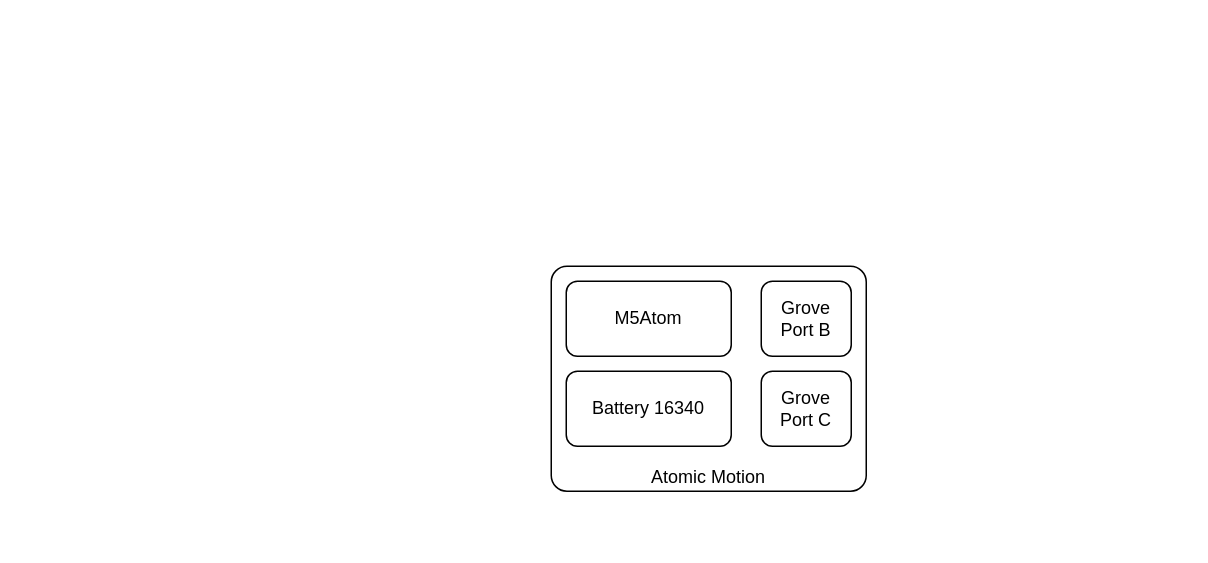
The draw.io diagram driagram/components.drawio in colas-sebastien/M5atom-motion-Wall-E, before the edit. Source tidied: cells renumbered, new cells numbered last; positions are measured from the earlier drawing's top-left corner, leaving out a move shared by most shapes. Both pictures are drawn from the tidied source at 150%, with x=0, y=0 at pixel (550, 266).
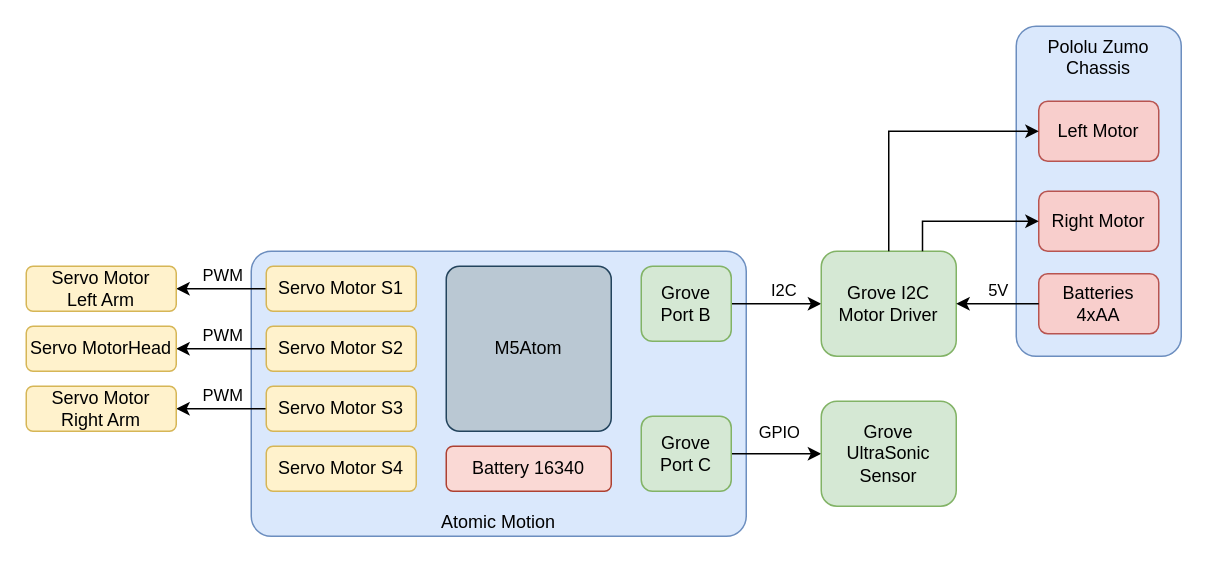
The same diagram, later.

Change to the diagram source:
```diff
@@
-    <mxCell id="2" value="Atomic Motion" style="rounded=1;whiteSpace=wrap;html=1;align=center;verticalAlign=bottom;arcSize=7;" parent="1" vertex="1">
-      <mxGeometry width="210" height="150" as="geometry" />
+    <mxCell id="2" value="Atomic Motion" style="rounded=1;whiteSpace=wrap;html=1;align=center;verticalAlign=bottom;arcSize=7;fillColor=#dae8fc;strokeColor=#6c8ebf;" parent="1" vertex="1">
+      <mxGeometry x="-200" y="-10" width="330" height="190" as="geometry" />
     </mxCell>
-    <mxCell id="3" value="M5Atom" style="rounded=1;whiteSpace=wrap;html=1;" parent="1" vertex="1">
-      <mxGeometry x="10" y="10" width="110" height="50" as="geometry" />
+    <mxCell id="3" value="M5Atom" style="rounded=1;whiteSpace=wrap;html=1;arcSize=8;fillColor=#bac8d3;strokeColor=#23445d;" parent="1" vertex="1">
+      <mxGeometry x="-70" width="110" height="110" as="geometry" />
     </mxCell>
-    <mxCell id="4" value="Battery 16340" style="rounded=1;whiteSpace=wrap;html=1;" parent="1" vertex="1">
-      <mxGeometry x="10" y="70" width="110" height="50" as="geometry" />
+    <mxCell id="4" value="Battery 16340" style="rounded=1;whiteSpace=wrap;html=1;fillColor=#fad9d5;strokeColor=#ae4132;" parent="1" vertex="1">
+      <mxGeometry x="-70" y="120" width="110" height="30" as="geometry" />
     </mxCell>
+    <mxCell id="7" style="edgeStyle=orthogonalEdgeStyle;rounded=0;jettySize=auto;html=1;" parent="1" edge="1" source="5" target="21">
+      <mxGeometry relative="1" as="geometry" />
+    </mxCell>
+    <mxCell id="8" value="I2C" style="edgeLabel;html=1;align=center;verticalAlign=middle;" parent="7" vertex="1">
+      <mxGeometry x="-0.27" y="-2" relative="1" as="geometry">
+        <mxPoint x="12" y="-12" as="offset" />
+      </mxGeometry>
+    </mxCell>
-    <mxCell id="5" value="Grove&lt;br&gt;Port B" style="rounded=1;whiteSpace=wrap;html=1;" parent="1" vertex="1">
-      <mxGeometry x="140" y="10" width="60" height="50" as="geometry" />
+    <mxCell id="5" value="Grove&lt;br&gt;Port B" style="rounded=1;whiteSpace=wrap;html=1;fillColor=#d5e8d4;strokeColor=#82b366;" parent="1" vertex="1">
+      <mxGeometry x="60" width="60" height="50" as="geometry" />
     </mxCell>
+    <mxCell id="9" style="edgeStyle=orthogonalEdgeStyle;rounded=0;jettySize=auto;html=1;entryX=0;entryY=0.5;entryDx=0;entryDy=0;" parent="1" edge="1" source="6" target="30">
+      <mxGeometry relative="1" as="geometry" />
+    </mxCell>
+    <mxCell id="10" value="GPIO" style="edgeLabel;html=1;align=center;verticalAlign=middle;" parent="9" vertex="1">
+      <mxGeometry x="0.03" y="-2" relative="1" as="geometry">
+        <mxPoint y="-17" as="offset" />
+      </mxGeometry>
+    </mxCell>
-    <mxCell id="6" value="Grove&lt;br&gt;Port C" style="rounded=1;whiteSpace=wrap;html=1;" parent="1" vertex="1">
-      <mxGeometry x="140" y="70" width="60" height="50" as="geometry" />
+    <mxCell id="6" value="Grove&lt;br&gt;Port C" style="rounded=1;whiteSpace=wrap;html=1;fillColor=#d5e8d4;strokeColor=#82b366;" parent="1" vertex="1">
+      <mxGeometry x="60" y="100" width="60" height="50" as="geometry" />
     </mxCell>
+    <mxCell id="11" style="edgeStyle=orthogonalEdgeStyle;rounded=0;jettySize=auto;html=1;entryX=1;entryY=0.5;entryDx=0;entryDy=0;" parent="1" edge="1" source="13" target="31">
+      <mxGeometry relative="1" as="geometry" />
+    </mxCell>
+    <mxCell id="12" value="PWM" style="edgeLabel;html=1;align=center;verticalAlign=middle;" parent="11" vertex="1">
+      <mxGeometry x="0.17" relative="1" as="geometry">
+        <mxPoint x="5" y="-10" as="offset" />
+      </mxGeometry>
+    </mxCell>
+    <mxCell id="13" value="Servo Motor S1" style="rounded=1;whiteSpace=wrap;html=1;fillColor=#fff2cc;strokeColor=#d6b656;" parent="1" vertex="1">
+      <mxGeometry x="-190" width="100" height="30" as="geometry" />
+    </mxCell>
+    <mxCell id="14" style="edgeStyle=orthogonalEdgeStyle;rounded=0;jettySize=auto;html=1;entryX=1;entryY=0.5;entryDx=0;entryDy=0;" parent="1" edge="1" source="16" target="33">
+      <mxGeometry relative="1" as="geometry" />
+    </mxCell>
+    <mxCell id="15" value="&lt;div&gt;PWM&lt;/div&gt;" style="edgeLabel;html=1;align=center;verticalAlign=middle;" parent="14" vertex="1">
+      <mxGeometry x="0.12" y="2" relative="1" as="geometry">
+        <mxPoint x="4" y="-12" as="offset" />
+      </mxGeometry>
+    </mxCell>
+    <mxCell id="16" value="Servo Motor S2" style="rounded=1;whiteSpace=wrap;html=1;fillColor=#fff2cc;strokeColor=#d6b656;" parent="1" vertex="1">
+      <mxGeometry x="-190" y="40" width="100" height="30" as="geometry" />
+    </mxCell>
+    <mxCell id="17" style="edgeStyle=orthogonalEdgeStyle;rounded=0;jettySize=auto;html=1;entryX=1;entryY=0.5;entryDx=0;entryDy=0;" parent="1" edge="1" source="19" target="32">
+      <mxGeometry relative="1" as="geometry" />
+    </mxCell>
+    <mxCell id="18" value="PWM" style="edgeLabel;html=1;align=center;verticalAlign=middle;" parent="17" vertex="1">
+      <mxGeometry x="0.19" y="1" relative="1" as="geometry">
+        <mxPoint x="6" y="-11" as="offset" />
+      </mxGeometry>
+    </mxCell>
+    <mxCell id="19" value="Servo Motor S3" style="rounded=1;whiteSpace=wrap;html=1;fillColor=#fff2cc;strokeColor=#d6b656;" parent="1" vertex="1">
+      <mxGeometry x="-190" y="80" width="100" height="30" as="geometry" />
+    </mxCell>
+    <mxCell id="20" value="Servo Motor S4" style="rounded=1;whiteSpace=wrap;html=1;fillColor=#fff2cc;strokeColor=#d6b656;" parent="1" vertex="1">
+      <mxGeometry x="-190" y="120" width="100" height="30" as="geometry" />
+    </mxCell>
+    <mxCell id="21" value="Grove I2C Motor Driver" style="rounded=1;whiteSpace=wrap;html=1;fillColor=#d5e8d4;strokeColor=#82b366;" parent="1" vertex="1">
+      <mxGeometry x="180" y="-10" width="90" height="70" as="geometry" />
+    </mxCell>
+    <mxCell id="22" value="Pololu Zumo&lt;br&gt;Chassis&lt;br&gt;&lt;div&gt;&lt;br/&gt;&lt;/div&gt;" style="rounded=1;whiteSpace=wrap;html=1;fillColor=#dae8fc;strokeColor=#6c8ebf;verticalAlign=top;arcSize=12;" parent="1" vertex="1">
+      <mxGeometry x="310" y="-160" width="110" height="220" as="geometry" />
+    </mxCell>
+    <mxCell id="23" value="Batteries&lt;br&gt;4xAA" style="rounded=1;whiteSpace=wrap;html=1;fillColor=#f8cecc;strokeColor=#b85450;" parent="1" vertex="1">
+      <mxGeometry x="325" y="5" width="80" height="40" as="geometry" />
+    </mxCell>
+    <mxCell id="24" style="edgeStyle=orthogonalEdgeStyle;rounded=0;jettySize=auto;html=1;entryX=1;entryY=0.5;entryDx=0;entryDy=0;exitX=0;exitY=0.5;exitDx=0;exitDy=0;" parent="1" edge="1" source="23" target="21">
+      <mxGeometry relative="1" as="geometry" />
+    </mxCell>
+    <mxCell id="25" value="5V" style="edgeLabel;html=1;align=center;verticalAlign=middle;" parent="24" vertex="1">
+      <mxGeometry x="0.07" y="1" relative="1" as="geometry">
+        <mxPoint x="1" y="-11" as="offset" />
+      </mxGeometry>
+    </mxCell>
+    <mxCell id="26" value="Left Motor" style="rounded=1;whiteSpace=wrap;html=1;fillColor=#f8cecc;strokeColor=#b85450;" parent="1" vertex="1">
+      <mxGeometry x="325" y="-110" width="80" height="40" as="geometry" />
+    </mxCell>
+    <mxCell id="27" value="Right Motor" style="rounded=1;whiteSpace=wrap;html=1;fillColor=#f8cecc;strokeColor=#b85450;" parent="1" vertex="1">
+      <mxGeometry x="325" y="-50" width="80" height="40" as="geometry" />
+    </mxCell>
+    <mxCell id="28" style="edgeStyle=orthogonalEdgeStyle;rounded=0;jettySize=auto;html=1;entryX=0;entryY=0.5;entryDx=0;entryDy=0;exitX=0.75;exitY=0;exitDx=0;exitDy=0;" parent="1" edge="1" source="21" target="27">
+      <mxGeometry relative="1" as="geometry" />
+    </mxCell>
+    <mxCell id="29" style="edgeStyle=orthogonalEdgeStyle;rounded=0;jettySize=auto;html=1;entryX=0;entryY=0.5;entryDx=0;entryDy=0;exitX=0.5;exitY=0;exitDx=0;exitDy=0;" parent="1" edge="1" source="21" target="26">
+      <mxGeometry relative="1" as="geometry" />
+    </mxCell>
+    <mxCell id="30" value="Grove UltraSonic Sensor" style="rounded=1;whiteSpace=wrap;html=1;fillColor=#d5e8d4;strokeColor=#82b366;" parent="1" vertex="1">
+      <mxGeometry x="180" y="90" width="90" height="70" as="geometry" />
+    </mxCell>
+    <mxCell id="31" value="Servo Motor&lt;br&gt; Left Arm" style="rounded=1;whiteSpace=wrap;html=1;fillColor=#fff2cc;strokeColor=#d6b656;" parent="1" vertex="1">
+      <mxGeometry x="-350" width="100" height="30" as="geometry" />
+    </mxCell>
+    <mxCell id="32" value="Servo Motor&lt;br&gt;Right Arm" style="rounded=1;whiteSpace=wrap;html=1;fillColor=#fff2cc;strokeColor=#d6b656;" parent="1" vertex="1">
+      <mxGeometry x="-350" y="80" width="100" height="30" as="geometry" />
+    </mxCell>
+    <mxCell id="33" value="Servo MotorHead" style="rounded=1;whiteSpace=wrap;html=1;fillColor=#fff2cc;strokeColor=#d6b656;" parent="1" vertex="1">
+      <mxGeometry x="-350" y="40" width="100" height="30" as="geometry" />
+    </mxCell>
```
